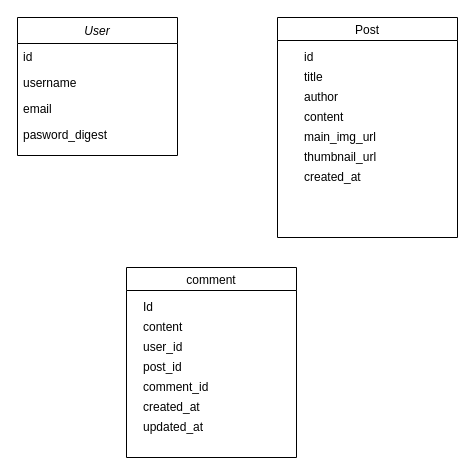
The draw.io diagram Untitled Diagram.drawio in spencerpete/brooklyn-boy-press, before the edit. Source tidied: cells renumbered, new cells numbered last; positions are measured from the earlier drawing's top-left corner, leaving out a move shared by most shapes. Both pictures are drawn from the tidied source at 100%, with x=0, y=0 at pixel (17, 17).
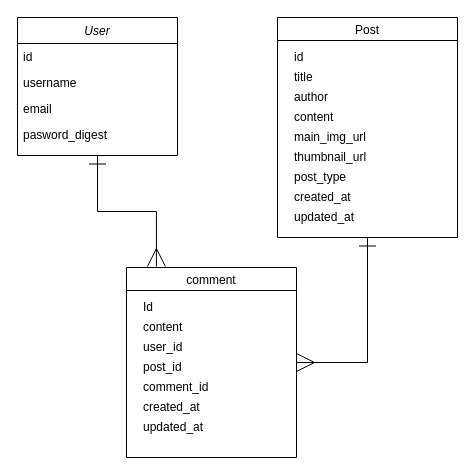
Above is the later version.

Unchanged cells that the change refers to:
```xml
<mxCell id="2" value="User" style="swimlane;fontStyle=2;align=center;verticalAlign=top;horizontal=1;startSize=26;rounded=0;shadow=0;strokeWidth=1;" parent="1" vertex="1">
  <mxGeometry width="160" height="138" as="geometry" />
</mxCell>
<mxCell id="7" value="comment" style="swimlane;fontStyle=0;" parent="1" vertex="1">
  <mxGeometry x="109" y="250" width="170" height="190" as="geometry" />
</mxCell>
<mxCell id="15" value="Post" style="swimlane;fontStyle=0;" parent="1" vertex="1">
  <mxGeometry x="260" width="180" height="220" as="geometry" />
</mxCell>
```

Change to the diagram source:
```diff
@@
+    <mxCell id="23" style="edgeStyle=orthogonalEdgeStyle;rounded=0;jettySize=auto;html=1;exitX=0.5;exitY=1;exitDx=0;exitDy=0;entryX=0.176;entryY=-0.005;entryDx=0;entryDy=0;entryPerimeter=0;endArrow=ERmany;endFill=0;startArrow=ERone;startFill=0;endSize=16;startSize=15;" parent="1" edge="1" source="2" target="7">
+      <mxGeometry relative="1" as="geometry" />
+    </mxCell>
@@
+    <mxCell id="24" style="edgeStyle=orthogonalEdgeStyle;rounded=0;jettySize=auto;html=1;entryX=1;entryY=0.5;entryDx=0;entryDy=0;startArrow=ERone;startFill=0;endArrow=ERmany;endFill=0;startSize=15;endSize=16;" parent="1" edge="1" source="15" target="7">
+      <mxGeometry relative="1" as="geometry" />
+    </mxCell>
@@
     <mxCell id="16" value="thumbnail_url" style="text;html=1;align=left;verticalAlign=middle;strokeColor=none;" parent="15" vertex="1">
-      <mxGeometry x="25" y="130" width="90" height="20" as="geometry" />
+      <mxGeometry x="15" y="130" width="90" height="20" as="geometry" />
     </mxCell>
     <mxCell id="17" value="title" style="text;html=1;align=left;verticalAlign=middle;strokeColor=none;" parent="15" vertex="1">
-      <mxGeometry x="25" y="50" width="30" height="20" as="geometry" />
+      <mxGeometry x="15" y="50" width="30" height="20" as="geometry" />
     </mxCell>
     <mxCell id="18" value="id" style="text;html=1;align=left;verticalAlign=middle;strokeColor=none;" parent="15" vertex="1">
-      <mxGeometry x="25" y="30" width="20" height="20" as="geometry" />
+      <mxGeometry x="15" y="30" width="20" height="20" as="geometry" />
     </mxCell>
     <mxCell id="19" value="author" style="text;html=1;align=left;verticalAlign=middle;strokeColor=none;" parent="15" vertex="1">
-      <mxGeometry x="25" y="70" width="50" height="20" as="geometry" />
+      <mxGeometry x="15" y="70" width="50" height="20" as="geometry" />
     </mxCell>
     <mxCell id="20" value="content" style="text;html=1;align=left;verticalAlign=middle;strokeColor=none;" parent="15" vertex="1">
-      <mxGeometry x="25" y="90" width="50" height="20" as="geometry" />
+      <mxGeometry x="15" y="90" width="50" height="20" as="geometry" />
     </mxCell>
     <mxCell id="21" value="main_img_url" style="text;html=1;align=left;verticalAlign=middle;strokeColor=none;" parent="15" vertex="1">
-      <mxGeometry x="25" y="110" width="90" height="20" as="geometry" />
+      <mxGeometry x="15" y="110" width="90" height="20" as="geometry" />
     </mxCell>
     <mxCell id="22" value="created_at" style="text;html=1;align=left;verticalAlign=middle;strokeColor=none;" parent="15" vertex="1">
-      <mxGeometry x="25" y="150" width="70" height="20" as="geometry" />
+      <mxGeometry x="15" y="170" width="70" height="20" as="geometry" />
     </mxCell>
+    <mxCell id="25" value="updated_at" style="text;html=1;align=left;verticalAlign=middle;strokeColor=none;" parent="15" vertex="1">
+      <mxGeometry x="15" y="190" width="80" height="20" as="geometry" />
+    </mxCell>
+    <mxCell id="26" value="post_type" style="text;html=1;align=left;verticalAlign=middle;strokeColor=none;" parent="15" vertex="1">
+      <mxGeometry x="15" y="150" width="70" height="20" as="geometry" />
+    </mxCell>
```
